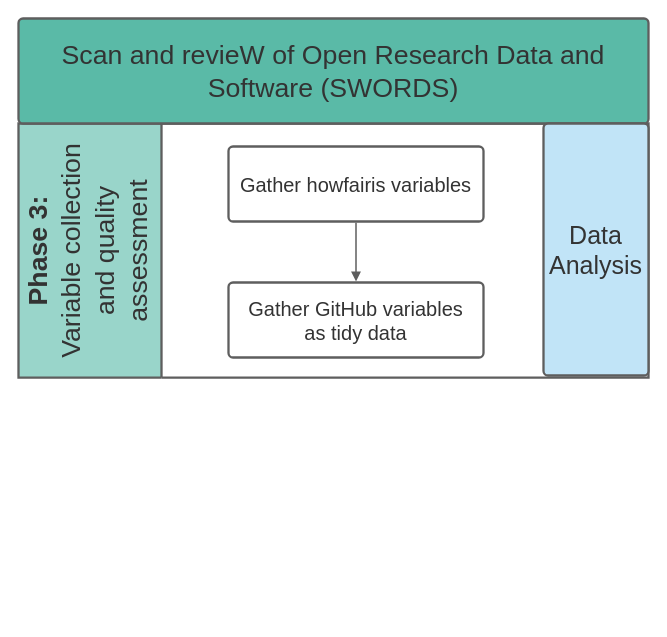
Before: page "phase3" (4 of 4) of docs/SWORDS.drawio.xml in UtrechtUniversity/SWORDS-UU, a draw.io diagram. Source tidied: cells renumbered, new cells numbered last; positions are measured from the earlier drawing's top-left corner, leaving out a move shared by most shapes. Both pictures are drawn from the tidied source at 100%, with x=0, y=0 at pixel (18, 18).
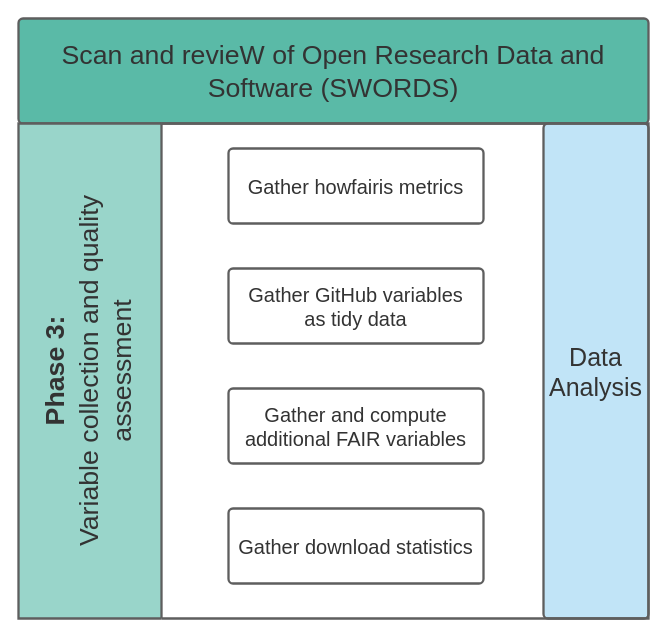
Above is the later version.

What changed in the source:
```diff
@@
 <mxGraphModel>
   <root>
     <mxCell id="0" />
     <mxCell id="1" parent="0" />
-    <mxCell id="2" style="fillColor=none;strokeColor=none;fontStyle=0;html=1;whiteSpace=wrap;fontSize=13;spacing=0;strokeOpacity=100;fillOpacity=100;rounded=1;absoluteArcSize=1;arcSize=9;horizontal=0;strokeWidth=2.3;" parent="1" vertex="1">
-      <mxGeometry y="105" width="630" height="254.1" as="geometry" />
-    </mxCell>
-    <mxCell id="3" value="&lt;div style=&quot;display: flex; justify-content: center; text-align: center; align-items: baseline; font-size: 0; line-height: 1.25;margin-top: -2px;&quot;&gt;&lt;span&gt;&lt;span style=&quot;font-size:26.7px;color:#333333;font-weight: bold;&quot;&gt;Phase 3:&lt;/span&gt;&lt;span style=&quot;font-size:26.7px;color:#333333;&quot;&gt;&#10;Variable collection and quality assessment&lt;/span&gt;&lt;/span&gt;&lt;/div&gt;" style="swimlane;html=1;whiteSpace=wrap;fontStyle=0;startSize=143;rounded=0;horizontal=0;overflow=block;blockSpacing=1;spacing=0;strokeColor=#5e5e5e;strokeOpacity=100;fillOpacity=100;fillColor=#99d5ca;strokeWidth=2.3;fontSize=13;" parent="2" vertex="1">
-      <mxGeometry width="630" height="254.1" as="geometry" />
-    </mxCell>
     <mxCell id="4" value="Scan and revieW of Open Research Data and Software (SWORDS) " style="html=1;overflow=block;blockSpacing=1;whiteSpace=wrap;fontSize=26.7;fontColor=#333333;spacing=3.8;strokeColor=#5e5e5e;strokeOpacity=100;fillOpacity=100;rounded=1;absoluteArcSize=1;arcSize=9;fillColor=#5abaa7;strokeWidth=2.3;" parent="1" vertex="1">
       <mxGeometry width="630" height="105" as="geometry" />
     </mxCell>
-    <mxCell id="5" value="Gather howfairis variables" style="html=1;overflow=block;blockSpacing=1;whiteSpace=wrap;fontSize=20;fontColor=#333333;spacing=9;strokeColor=#5e5e5e;strokeOpacity=100;rounded=1;absoluteArcSize=1;arcSize=9;strokeWidth=2.3;" parent="1" vertex="1">
-      <mxGeometry x="210" y="128" width="255" height="75" as="geometry" />
+    <mxCell id="5" value="Gather howfairis metrics" style="html=1;overflow=block;blockSpacing=1;whiteSpace=wrap;fontSize=20;fontColor=#333333;spacing=9;strokeColor=#5e5e5e;strokeOpacity=100;rounded=1;absoluteArcSize=1;arcSize=9;strokeWidth=2.3;" parent="1" vertex="1">
+      <mxGeometry x="210" y="130" width="255" height="75" as="geometry" />
     </mxCell>
     <mxCell id="6" value="Gather GitHub variables as tidy data" style="html=1;overflow=block;blockSpacing=1;whiteSpace=wrap;fontSize=20;fontColor=#333333;spacing=9;strokeColor=#5e5e5e;strokeOpacity=100;rounded=1;absoluteArcSize=1;arcSize=9;strokeWidth=2.3;" parent="1" vertex="1">
-      <mxGeometry x="210" y="264" width="255" height="75" as="geometry" />
+      <mxGeometry x="210" y="250" width="255" height="75" as="geometry" />
     </mxCell>
-    <mxCell id="7" style="html=1;jettySize=18;whiteSpace=wrap;overflow=block;blockSpacing=1;fontSize=13;strokeColor=#5E5E5E;strokeWidth=1.5;rounded=1;arcSize=12;edgeStyle=orthogonalEdgeStyle;startArrow=none;endArrow=block;endFill=1;exitX=0.5;exitY=1.015;exitPerimeter=0;entryX=0.5;entryY=-0.015;entryPerimeter=0;" parent="1" edge="1" source="5" target="6">
-      <mxGeometry relative="1" as="geometry" />
-    </mxCell>
     <mxCell id="8" value="Data Analysis" style="html=1;overflow=block;blockSpacing=1;whiteSpace=wrap;fontSize=25;fontColor=#333333;spacing=3.8;strokeColor=#5e5e5e;strokeOpacity=100;fillOpacity=100;rounded=1;absoluteArcSize=1;arcSize=9;fillColor=#c1e4f7;strokeWidth=2.3;" parent="1" vertex="1">
-      <mxGeometry x="525" y="105" width="105" height="252" as="geometry" />
+      <mxGeometry x="525" y="105" width="105" height="495" as="geometry" />
     </mxCell>
+    <mxCell id="3" value="&lt;div style=&quot;display: flex; justify-content: center; text-align: center; align-items: baseline; font-size: 0; line-height: 1.25;margin-top: -2px;&quot;&gt;&lt;span&gt;&lt;span style=&quot;font-size:26.7px;color:#333333;font-weight: bold;&quot;&gt;Phase 3:&lt;/span&gt;&lt;span style=&quot;font-size:26.7px;color:#333333;&quot;&gt;&#10;Variable collection and quality assessment&lt;/span&gt;&lt;/span&gt;&lt;/div&gt;" style="swimlane;html=1;whiteSpace=wrap;fontStyle=0;startSize=143;rounded=0;horizontal=0;overflow=block;blockSpacing=1;spacing=0;strokeColor=#5e5e5e;strokeOpacity=100;fillOpacity=100;fillColor=#99d5ca;strokeWidth=2.3;fontSize=13;" parent="1" vertex="1">
+      <mxGeometry y="105" width="630" height="495" as="geometry" />
+    </mxCell>
+    <mxCell id="9" value="Gather download statistics" style="html=1;overflow=block;blockSpacing=1;whiteSpace=wrap;fontSize=20;fontColor=#333333;spacing=9;strokeColor=#5e5e5e;strokeOpacity=100;rounded=1;absoluteArcSize=1;arcSize=9;strokeWidth=2.3;" parent="1" vertex="1">
+      <mxGeometry x="210" y="490" width="255" height="75" as="geometry" />
+    </mxCell>
+    <mxCell id="10" value="Gather and compute additional FAIR variables" style="html=1;overflow=block;blockSpacing=1;whiteSpace=wrap;fontSize=20;fontColor=#333333;spacing=9;strokeColor=#5e5e5e;strokeOpacity=100;rounded=1;absoluteArcSize=1;arcSize=9;strokeWidth=2.3;" parent="1" vertex="1">
+      <mxGeometry x="210" y="370" width="255" height="75" as="geometry" />
+    </mxCell>
   </root>
 </mxGraphModel>
```
